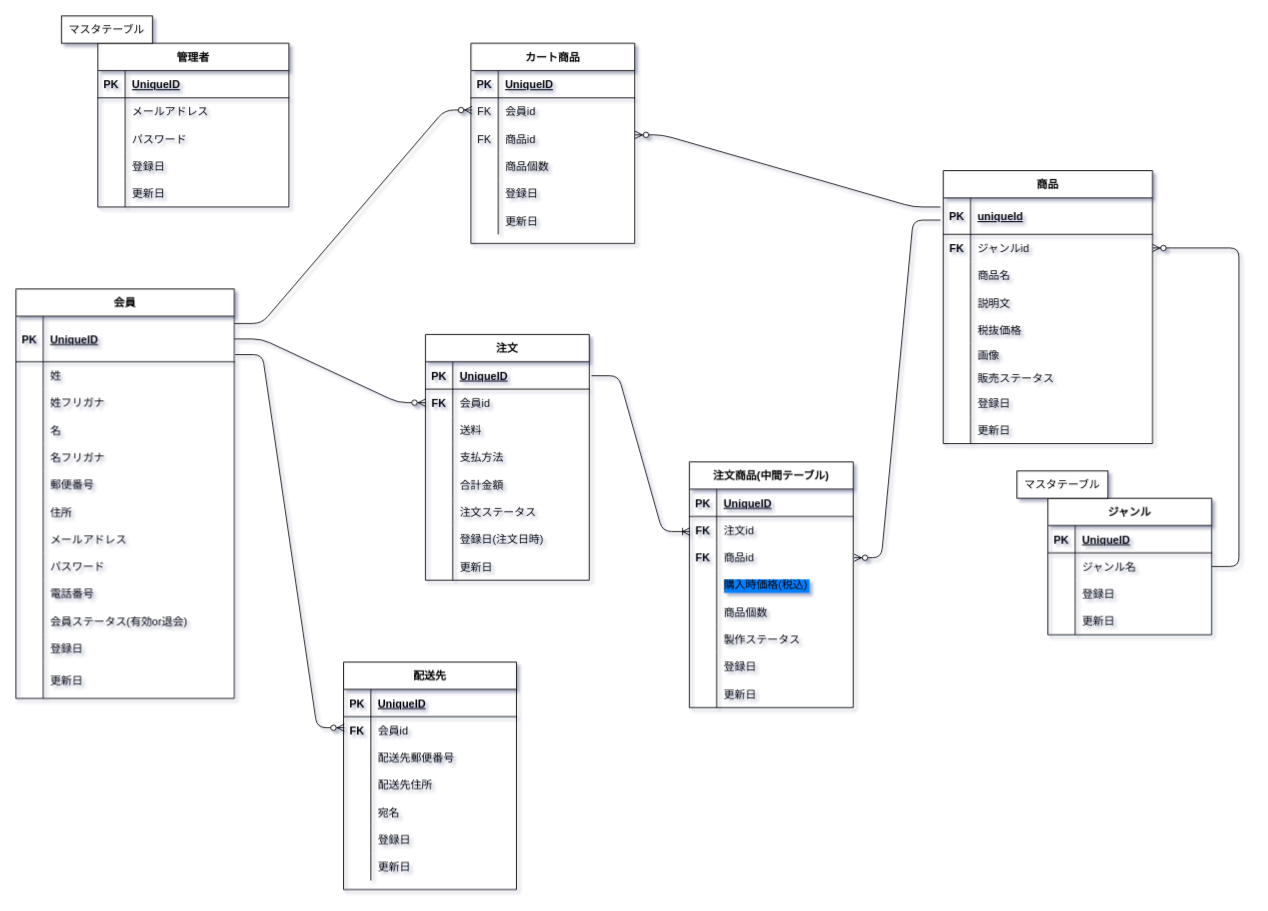
Earlier version of the draw.io diagram page "ECサイトER図" (1 of 2) of er_naganocake.drawio (hapi190601/ec_practice). Source tidied: cells renumbered, new cells numbered last; positions are measured from the earlier drawing's top-left corner, leaving out a move shared by most shapes. Both pictures are drawn from the tidied source at 91%, with x=0, y=0 at pixel (15, 15).
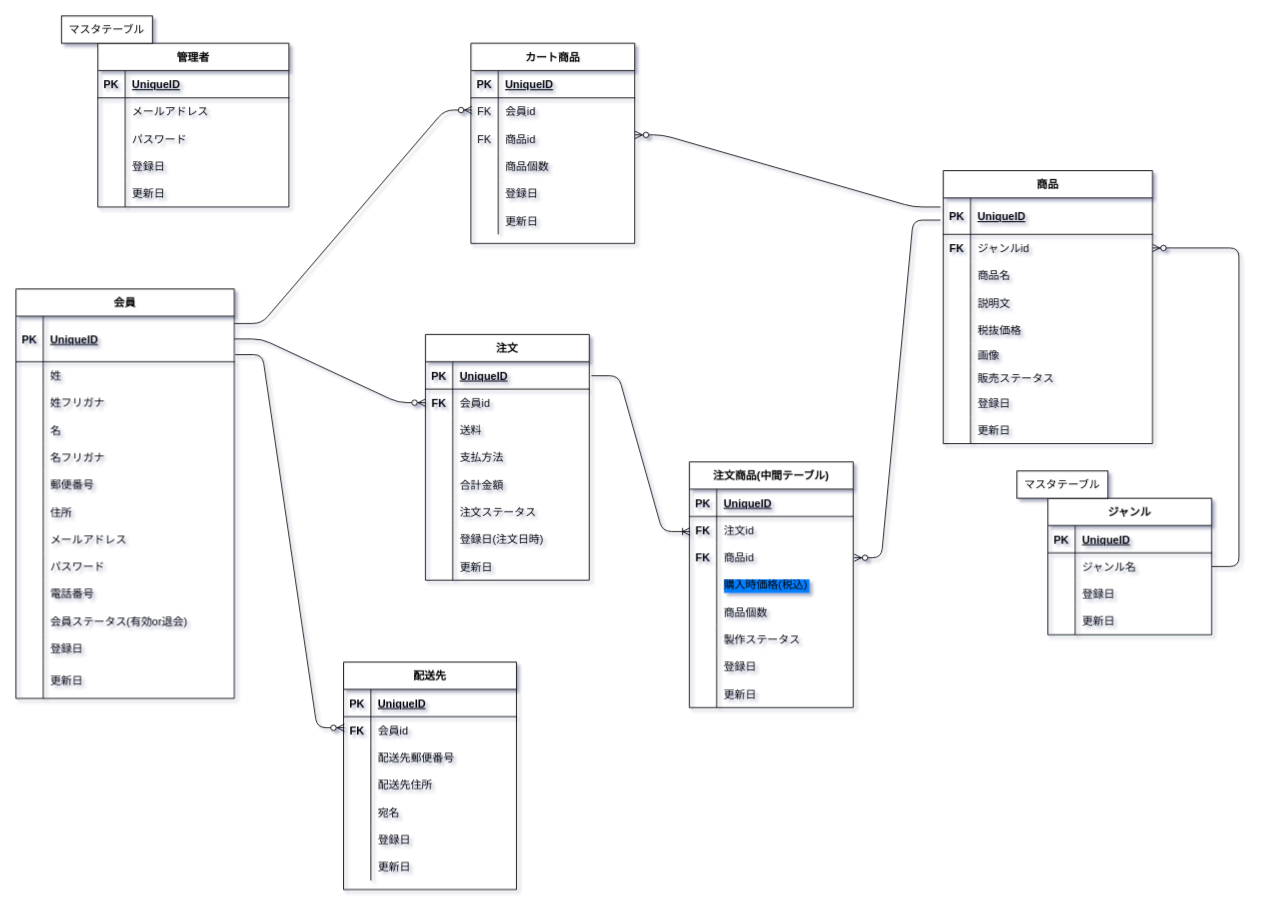
The same page after the edit.

Commit message:
Add配送先関連in注文テーブル

The change refers to these unchanged cells:
```xml
<mxCell id="43" style="shape=partialRectangle;fillColor=none;top=0;left=0;bottom=1;right=0;points=[[0,0.5],[1,0.5]];portConstraint=eastwest;" parent="42" vertex="1">
  <mxGeometry y="30" width="230" height="40" as="geometry" />
</mxCell>
```

Change to the diagram source:
```diff
@@
-    <mxCell id="45" value="uniqueId" style="shape=partialRectangle;fillColor=none;top=0;left=0;bottom=0;right=0;align=left;spacingLeft=6;fontStyle=5;overflow=hidden;" parent="43" vertex="1">
+    <mxCell id="45" value="UniqueID" style="shape=partialRectangle;fillColor=none;top=0;left=0;bottom=0;right=0;align=left;spacingLeft=6;fontStyle=5;overflow=hidden;" parent="43" vertex="1">
       <mxGeometry x="30" width="200" height="40" as="geometry" />
     </mxCell>
```
